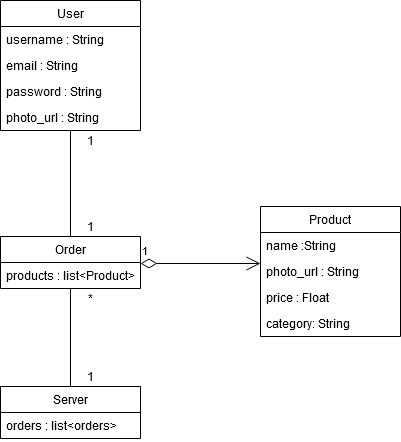
The draw.io diagram images/domain_model.png in FEUP-ESOF-2020-21/open-cx-t1g3-pantufas, before a commit. Source tidied: cells renumbered, new cells last; positions are measured from the earlier drawing's top-left corner, leaving out a move shared by most shapes.
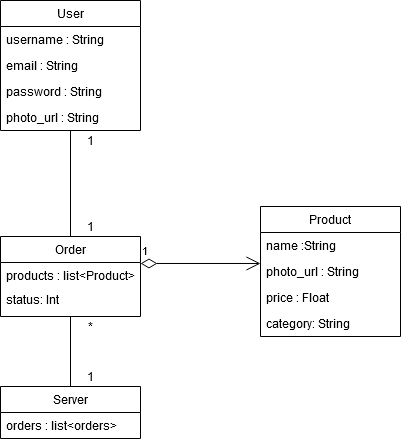
The same file after the commit.

Commit message:
Fix: Added status field to Order in UML domain model

Diff of the diagram source:
```diff
@@ -18,10 +18,10 @@
       <mxGeometry y="104" width="140" height="26" as="geometry" />
     </mxCell>
     <mxCell id="7" value="Order" style="swimlane;fontStyle=0;horizontal=1;startSize=26;fillColor=none;" parent="1" vertex="1">
-      <mxGeometry y="236" width="140" height="52" as="geometry" />
+      <mxGeometry y="236" width="140" height="80" as="geometry" />
     </mxCell>
-    <mxCell id="8" value="products : list&lt;Product&gt;" style="text;strokeColor=none;fillColor=none;align=left;verticalAlign=top;spacingLeft=4;spacingRight=4;overflow=hidden;" parent="7" vertex="1">
-      <mxGeometry y="26" width="140" height="26" as="geometry" />
+    <mxCell id="8" value="products : list&lt;Product&gt;&#10;" style="text;strokeColor=none;fillColor=none;align=left;verticalAlign=top;spacingLeft=4;spacingRight=4;overflow=hidden;" parent="7" vertex="1">
+      <mxGeometry y="26" width="140" height="54" as="geometry" />
     </mxCell>
     <mxCell id="9" value="Product" style="swimlane;fontStyle=0;horizontal=1;startSize=26;fillColor=none;" parent="1" vertex="1">
       <mxGeometry x="260" y="206" width="140" height="130" as="geometry" />
@@ -52,14 +52,11 @@
     <mxCell id="17" value="orders : list&lt;orders&gt;" style="text;strokeColor=none;fillColor=none;align=left;verticalAlign=top;spacingLeft=4;spacingRight=4;overflow=hidden;" parent="16" vertex="1">
       <mxGeometry y="26" width="140" height="26" as="geometry" />
     </mxCell>
-    <mxCell id="18" style="endArrow=none;html=1;strokeColor=#000000;entryX=0.5;entryY=0;entryDx=0;entryDy=0;exitX=0.5;exitY=1;exitDx=0;exitDy=0;" parent="1" edge="1" source="7" target="16">
-      <mxGeometry relative="1" as="geometry" />
-    </mxCell>
     <mxCell id="19" value="1" style="text;html=1;strokeColor=none;fillColor=none;align=center;verticalAlign=middle;whiteSpace=wrap;rounded=0;" parent="1" vertex="1">
       <mxGeometry x="70" y="366" width="40" height="20" as="geometry" />
     </mxCell>
     <mxCell id="20" value="*" style="text;html=1;strokeColor=none;fillColor=none;align=center;verticalAlign=middle;whiteSpace=wrap;rounded=0;" parent="1" vertex="1">
-      <mxGeometry x="70" y="288" width="40" height="20" as="geometry" />
+      <mxGeometry x="70" y="316" width="40" height="20" as="geometry" />
     </mxCell>
     <mxCell id="21" value="1" style="text;html=1;strokeColor=none;fillColor=none;align=center;verticalAlign=middle;whiteSpace=wrap;rounded=0;" parent="1" vertex="1">
       <mxGeometry x="70" y="216" width="40" height="20" as="geometry" />
@@ -67,5 +64,11 @@
     <mxCell id="22" value="1" style="text;html=1;strokeColor=none;fillColor=none;align=center;verticalAlign=middle;whiteSpace=wrap;rounded=0;" parent="1" vertex="1">
       <mxGeometry x="70" y="130" width="40" height="20" as="geometry" />
     </mxCell>
+    <mxCell id="23" value="status: Int&#10;" style="text;strokeColor=none;fillColor=none;align=left;verticalAlign=top;spacingLeft=4;spacingRight=4;overflow=hidden;" parent="1" vertex="1">
+      <mxGeometry y="286" width="140" height="24" as="geometry" />
+    </mxCell>
+    <mxCell id="18" style="endArrow=none;html=1;strokeColor=#000000;entryX=0.5;entryY=0;entryDx=0;entryDy=0;exitX=0;exitY=0;exitDx=0;exitDy=0;" parent="1" edge="1" source="20" target="16">
+      <mxGeometry relative="1" as="geometry" />
+    </mxCell>
   </root>
 </mxGraphModel>
```
